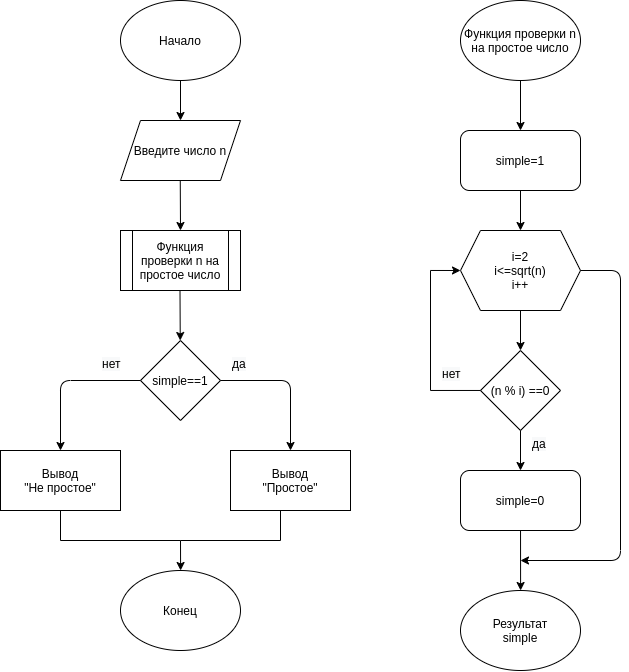
The draw.io diagram simple.png in gitMike000/dzC2, before a commit. Source tidied: cells renumbered, new cells last; positions are measured from the earlier drawing's top-left corner, leaving out a move shared by most shapes. The source it was exported from:
```xml
<mxGraphModel>
  <root>
    <mxCell id="0" />
    <mxCell id="1" parent="0" />
    <mxCell id="2" value="Начало" style="ellipse;whiteSpace=wrap;html=1;" parent="1" vertex="1">
      <mxGeometry x="120" width="120" height="80" as="geometry" />
    </mxCell>
    <mxCell id="3" value="Конец" style="ellipse;whiteSpace=wrap;html=1;" parent="1" vertex="1">
      <mxGeometry x="120" y="570" width="120" height="80" as="geometry" />
    </mxCell>
    <mxCell id="4" value="Введите число n" style="shape=parallelogram;perimeter=parallelogramPerimeter;whiteSpace=wrap;html=1;fixedSize=1;" parent="1" vertex="1">
      <mxGeometry x="120" y="120" width="120" height="60" as="geometry" />
    </mxCell>
    <mxCell id="5" style="endArrow=classic;html=1;exitX=0.5;exitY=1;exitDx=0;exitDy=0;entryX=0.5;entryY=0;entryDx=0;entryDy=0;" parent="1" edge="1" source="2" target="4">
      <mxGeometry relative="1" as="geometry" />
    </mxCell>
    <mxCell id="6" style="endArrow=classic;html=1;exitX=0.5;exitY=1;exitDx=0;exitDy=0;" parent="1" edge="1">
      <mxGeometry relative="1" as="geometry">
        <mxPoint x="179.8" y="180" as="sourcePoint" />
        <mxPoint x="180" y="230" as="targetPoint" />
      </mxGeometry>
    </mxCell>
    <mxCell id="7" value="Вывод&lt;br&gt;&quot;Не простое&quot;" style="rounded=0;whiteSpace=wrap;html=1;" parent="1" vertex="1">
      <mxGeometry y="450" width="120" height="60" as="geometry" />
    </mxCell>
    <mxCell id="8" style="endArrow=classic;html=1;exitX=0.5;exitY=1;exitDx=0;exitDy=0;" parent="1" edge="1">
      <mxGeometry relative="1" as="geometry">
        <mxPoint x="179.5" y="290" as="sourcePoint" />
        <mxPoint x="179.7" y="340" as="targetPoint" />
      </mxGeometry>
    </mxCell>
    <mxCell id="9" style="endArrow=classic;html=1;" parent="1" edge="1">
      <mxGeometry relative="1" as="geometry">
        <mxPoint x="180" y="540" as="sourcePoint" />
        <mxPoint x="180.1" y="570" as="targetPoint" />
      </mxGeometry>
    </mxCell>
    <mxCell id="10" value="i=2&lt;br&gt;i&amp;lt;=sqrt(n)&lt;br&gt;i++" style="shape=hexagon;perimeter=hexagonPerimeter2;whiteSpace=wrap;html=1;fixedSize=1;" parent="1" vertex="1">
      <mxGeometry x="460" y="230" width="120" height="80" as="geometry" />
    </mxCell>
    <mxCell id="11" value="Функция проверки n на простое число" style="shape=process;whiteSpace=wrap;html=1;backgroundOutline=1;" parent="1" vertex="1">
      <mxGeometry x="120" y="230" width="120" height="60" as="geometry" />
    </mxCell>
    <mxCell id="12" value="Функция проверки n на простое число" style="ellipse;whiteSpace=wrap;html=1;" parent="1" vertex="1">
      <mxGeometry x="460" width="120" height="80" as="geometry" />
    </mxCell>
    <mxCell id="13" style="endArrow=classic;html=1;exitX=0.5;exitY=1;exitDx=0;exitDy=0;" parent="1" edge="1" source="12">
      <mxGeometry relative="1" as="geometry">
        <mxPoint x="520" y="130" as="targetPoint" />
      </mxGeometry>
    </mxCell>
    <mxCell id="14" value="simple==1" style="rhombus;whiteSpace=wrap;html=1;" parent="1" vertex="1">
      <mxGeometry x="140" y="340" width="80" height="80" as="geometry" />
    </mxCell>
    <mxCell id="15" value="Вывод&lt;br&gt;&quot;Простое&quot;" style="rounded=0;whiteSpace=wrap;html=1;" parent="1" vertex="1">
      <mxGeometry x="230" y="450" width="120" height="60" as="geometry" />
    </mxCell>
    <mxCell id="16" style="endArrow=none;html=1;" parent="1" edge="1">
      <mxGeometry relative="1" as="geometry">
        <mxPoint x="60" y="540" as="sourcePoint" />
        <mxPoint x="180" y="540" as="targetPoint" />
      </mxGeometry>
    </mxCell>
    <mxCell id="17" style="endArrow=none;html=1;" parent="1" edge="1" target="7">
      <mxGeometry relative="1" as="geometry">
        <mxPoint x="60" y="540" as="sourcePoint" />
      </mxGeometry>
    </mxCell>
    <mxCell id="18" style="endArrow=none;html=1;" parent="1" edge="1">
      <mxGeometry relative="1" as="geometry">
        <mxPoint x="180" y="540" as="sourcePoint" />
        <mxPoint x="280" y="540" as="targetPoint" />
      </mxGeometry>
    </mxCell>
    <mxCell id="19" style="endArrow=none;html=1;" parent="1" edge="1">
      <mxGeometry relative="1" as="geometry">
        <mxPoint x="280" y="540" as="sourcePoint" />
        <mxPoint x="280" y="510" as="targetPoint" />
      </mxGeometry>
    </mxCell>
    <mxCell id="20" style="endArrow=classic;html=1;exitX=1;exitY=0.5;exitDx=0;exitDy=0;entryX=0.5;entryY=0;entryDx=0;entryDy=0;" parent="1" edge="1" source="14" target="15">
      <mxGeometry relative="1" as="geometry">
        <Array as="points">
          <mxPoint x="290" y="380" />
        </Array>
      </mxGeometry>
    </mxCell>
    <mxCell id="21" style="endArrow=classic;html=1;exitX=0;exitY=0.5;exitDx=0;exitDy=0;entryX=0.5;entryY=0;entryDx=0;entryDy=0;" parent="1" edge="1" source="14" target="7">
      <mxGeometry relative="1" as="geometry">
        <Array as="points">
          <mxPoint x="60" y="380" />
        </Array>
      </mxGeometry>
    </mxCell>
    <mxCell id="22" value="&lt;span style=&quot;color: rgb(0 , 0 , 0) ; font-family: &amp;#34;helvetica&amp;#34; ; font-size: 12px ; font-style: normal ; font-weight: 400 ; letter-spacing: normal ; text-align: center ; text-indent: 0px ; text-transform: none ; word-spacing: 0px ; background-color: rgb(248 , 249 , 250) ; display: inline ; float: none&quot;&gt;да&lt;/span&gt;" style="text;whiteSpace=wrap;html=1;" parent="1" vertex="1">
      <mxGeometry x="230" y="350" width="70" height="30" as="geometry" />
    </mxCell>
    <mxCell id="23" value="&lt;span style=&quot;color: rgb(0 , 0 , 0) ; font-family: &amp;#34;helvetica&amp;#34; ; font-size: 12px ; font-style: normal ; font-weight: 400 ; letter-spacing: normal ; text-align: center ; text-indent: 0px ; text-transform: none ; word-spacing: 0px ; background-color: rgb(248 , 249 , 250) ; display: inline ; float: none&quot;&gt;нет&lt;/span&gt;" style="text;whiteSpace=wrap;html=1;" parent="1" vertex="1">
      <mxGeometry x="100" y="350" width="70" height="30" as="geometry" />
    </mxCell>
    <mxCell id="24" value="Результат&lt;br&gt;simple" style="ellipse;whiteSpace=wrap;html=1;" parent="1" vertex="1">
      <mxGeometry x="460" y="590" width="120" height="80" as="geometry" />
    </mxCell>
    <mxCell id="25" style="endArrow=classic;html=1;" parent="1" edge="1" source="31">
      <mxGeometry relative="1" as="geometry">
        <mxPoint x="520.1" y="590" as="targetPoint" />
      </mxGeometry>
    </mxCell>
    <mxCell id="26" value="(n % i) ==0" style="rhombus;whiteSpace=wrap;html=1;" parent="1" vertex="1">
      <mxGeometry x="480" y="350" width="80" height="80" as="geometry" />
    </mxCell>
    <mxCell id="27" value="&lt;span style=&quot;color: rgb(0 , 0 , 0) ; font-family: &amp;#34;helvetica&amp;#34; ; font-size: 12px ; font-style: normal ; font-weight: 400 ; letter-spacing: normal ; text-align: center ; text-indent: 0px ; text-transform: none ; word-spacing: 0px ; background-color: rgb(248 , 249 , 250) ; display: inline ; float: none&quot;&gt;да&lt;/span&gt;" style="text;whiteSpace=wrap;html=1;" parent="1" vertex="1">
      <mxGeometry x="530" y="430" width="70" height="30" as="geometry" />
    </mxCell>
    <mxCell id="28" style="edgeStyle=orthogonalEdgeStyle;rounded=0;jettySize=auto;html=1;entryX=0;entryY=0.5;entryDx=0;entryDy=0;" parent="1" edge="1" source="26" target="10">
      <mxGeometry relative="1" as="geometry">
        <Array as="points">
          <mxPoint x="430" y="390" />
          <mxPoint x="430" y="270" />
        </Array>
      </mxGeometry>
    </mxCell>
    <mxCell id="29" value="&lt;span style=&quot;color: rgb(0 , 0 , 0) ; font-family: &amp;#34;helvetica&amp;#34; ; font-size: 12px ; font-style: normal ; font-weight: 400 ; letter-spacing: normal ; text-align: center ; text-indent: 0px ; text-transform: none ; word-spacing: 0px ; background-color: rgb(248 , 249 , 250) ; display: inline ; float: none&quot;&gt;нет&lt;/span&gt;" style="text;whiteSpace=wrap;html=1;" parent="1" vertex="1">
      <mxGeometry x="440" y="360" width="70" height="30" as="geometry" />
    </mxCell>
    <mxCell id="30" value="simple=1" style="rounded=1;whiteSpace=wrap;html=1;" parent="1" vertex="1">
      <mxGeometry x="460" y="130" width="120" height="60" as="geometry" />
    </mxCell>
    <mxCell id="31" value="simple=0" style="rounded=1;whiteSpace=wrap;html=1;" parent="1" vertex="1">
      <mxGeometry x="460" y="470" width="120" height="60" as="geometry" />
    </mxCell>
    <mxCell id="32" style="endArrow=classic;html=1;exitX=0.5;exitY=1;exitDx=0;exitDy=0;" parent="1" edge="1" source="26" target="31">
      <mxGeometry relative="1" as="geometry" />
    </mxCell>
    <mxCell id="33" style="endArrow=classic;html=1;exitX=0.5;exitY=1;exitDx=0;exitDy=0;" parent="1" edge="1" source="10" target="26">
      <mxGeometry relative="1" as="geometry" />
    </mxCell>
    <mxCell id="34" style="endArrow=classic;html=1;exitX=1;exitY=0.5;exitDx=0;exitDy=0;" parent="1" edge="1" source="10">
      <mxGeometry relative="1" as="geometry">
        <mxPoint x="520" y="560" as="targetPoint" />
        <Array as="points">
          <mxPoint x="620" y="270" />
          <mxPoint x="620" y="560" />
        </Array>
      </mxGeometry>
    </mxCell>
    <mxCell id="35" style="endArrow=classic;html=1;exitX=0.5;exitY=1;exitDx=0;exitDy=0;" parent="1" edge="1" source="30" target="10">
      <mxGeometry relative="1" as="geometry" />
    </mxCell>
  </root>
</mxGraphModel>
```
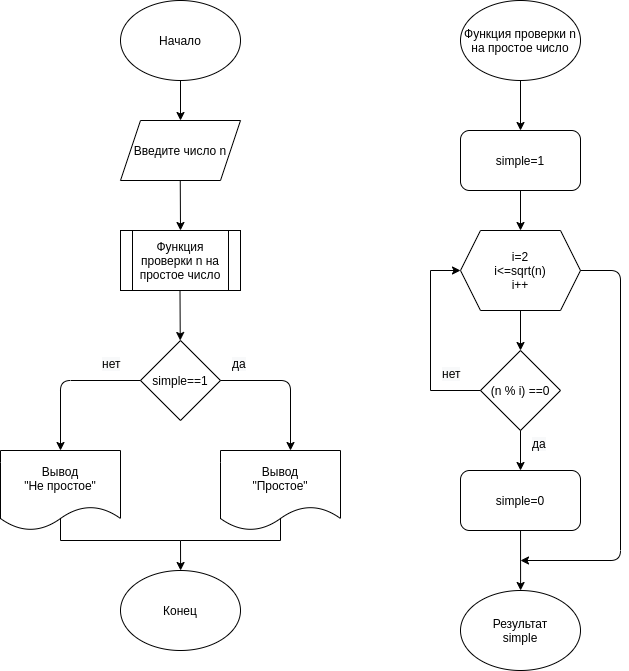
Later version of the same file.

Diff of the diagram source:
```diff
@@ -20,9 +20,6 @@
         <mxPoint x="180" y="230" as="targetPoint" />
       </mxGeometry>
     </mxCell>
-    <mxCell id="7" value="Вывод&lt;br&gt;&quot;Не простое&quot;" style="rounded=0;whiteSpace=wrap;html=1;" parent="1" vertex="1">
-      <mxGeometry y="450" width="120" height="60" as="geometry" />
-    </mxCell>
     <mxCell id="8" style="endArrow=classic;html=1;exitX=0.5;exitY=1;exitDx=0;exitDy=0;" parent="1" edge="1">
       <mxGeometry relative="1" as="geometry">
         <mxPoint x="179.5" y="290" as="sourcePoint" />
@@ -52,18 +49,16 @@
     <mxCell id="14" value="simple==1" style="rhombus;whiteSpace=wrap;html=1;" parent="1" vertex="1">
       <mxGeometry x="140" y="340" width="80" height="80" as="geometry" />
     </mxCell>
-    <mxCell id="15" value="Вывод&lt;br&gt;&quot;Простое&quot;" style="rounded=0;whiteSpace=wrap;html=1;" parent="1" vertex="1">
-      <mxGeometry x="230" y="450" width="120" height="60" as="geometry" />
-    </mxCell>
     <mxCell id="16" style="endArrow=none;html=1;" parent="1" edge="1">
       <mxGeometry relative="1" as="geometry">
         <mxPoint x="60" y="540" as="sourcePoint" />
         <mxPoint x="180" y="540" as="targetPoint" />
       </mxGeometry>
     </mxCell>
-    <mxCell id="17" style="endArrow=none;html=1;" parent="1" edge="1" target="7">
+    <mxCell id="17" style="endArrow=none;html=1;" parent="1" edge="1">
       <mxGeometry relative="1" as="geometry">
         <mxPoint x="60" y="540" as="sourcePoint" />
+        <mxPoint x="60" y="510" as="targetPoint" />
       </mxGeometry>
     </mxCell>
     <mxCell id="18" style="endArrow=none;html=1;" parent="1" edge="1">
@@ -78,15 +73,17 @@
         <mxPoint x="280" y="510" as="targetPoint" />
       </mxGeometry>
     </mxCell>
-    <mxCell id="20" style="endArrow=classic;html=1;exitX=1;exitY=0.5;exitDx=0;exitDy=0;entryX=0.5;entryY=0;entryDx=0;entryDy=0;" parent="1" edge="1" source="14" target="15">
+    <mxCell id="20" style="endArrow=classic;html=1;exitX=1;exitY=0.5;exitDx=0;exitDy=0;entryX=0.5;entryY=0;entryDx=0;entryDy=0;" parent="1" edge="1" source="14">
       <mxGeometry relative="1" as="geometry">
+        <mxPoint x="290" y="450" as="targetPoint" />
         <Array as="points">
           <mxPoint x="290" y="380" />
         </Array>
       </mxGeometry>
     </mxCell>
-    <mxCell id="21" style="endArrow=classic;html=1;exitX=0;exitY=0.5;exitDx=0;exitDy=0;entryX=0.5;entryY=0;entryDx=0;entryDy=0;" parent="1" edge="1" source="14" target="7">
+    <mxCell id="21" style="endArrow=classic;html=1;exitX=0;exitY=0.5;exitDx=0;exitDy=0;entryX=0.5;entryY=0;entryDx=0;entryDy=0;" parent="1" edge="1" source="14">
       <mxGeometry relative="1" as="geometry">
+        <mxPoint x="60" y="450" as="targetPoint" />
         <Array as="points">
           <mxPoint x="60" y="380" />
         </Array>
@@ -147,5 +144,11 @@
     <mxCell id="35" style="endArrow=classic;html=1;exitX=0.5;exitY=1;exitDx=0;exitDy=0;" parent="1" edge="1" source="30" target="10">
       <mxGeometry relative="1" as="geometry" />
     </mxCell>
+    <mxCell id="7" value="&lt;span&gt;Вывод&lt;/span&gt;&lt;br&gt;&lt;span&gt;&quot;Не простое&quot;&lt;/span&gt;" style="shape=document;whiteSpace=wrap;html=1;boundedLbl=1;" parent="1" vertex="1">
+      <mxGeometry y="450" width="120" height="80" as="geometry" />
+    </mxCell>
+    <mxCell id="15" value="&lt;span&gt;Вывод&lt;/span&gt;&lt;br&gt;&lt;span&gt;&quot;Простое&quot;&lt;/span&gt;" style="shape=document;whiteSpace=wrap;html=1;boundedLbl=1;" parent="1" vertex="1">
+      <mxGeometry x="220" y="450" width="120" height="80" as="geometry" />
+    </mxCell>
   </root>
 </mxGraphModel>
```
